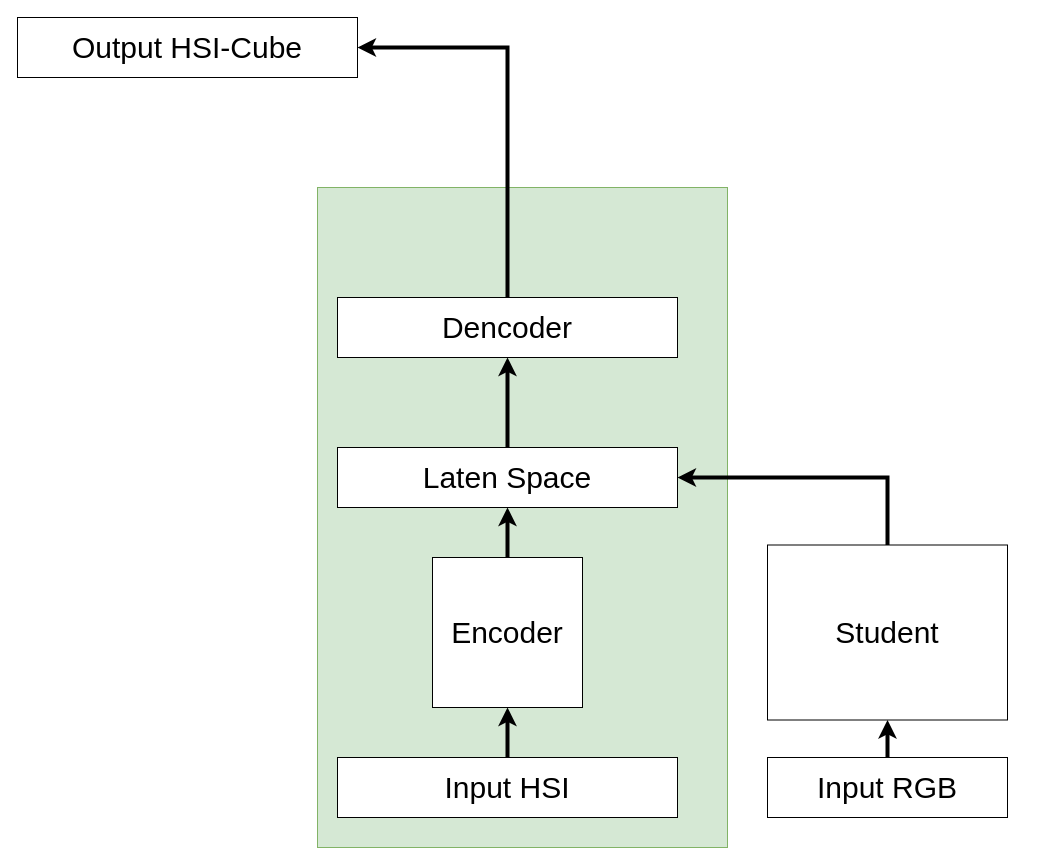
Before: LAB_TSM_v2.drawio in Kevb-source/diagramms.net, a draw.io diagram. Source tidied: cells renumbered, new cells numbered last; positions are measured from the earlier drawing's top-left corner, leaving out a move shared by most shapes. Both pictures are drawn from the tidied source at 100%, with x=0, y=0 at pixel (17, 17).
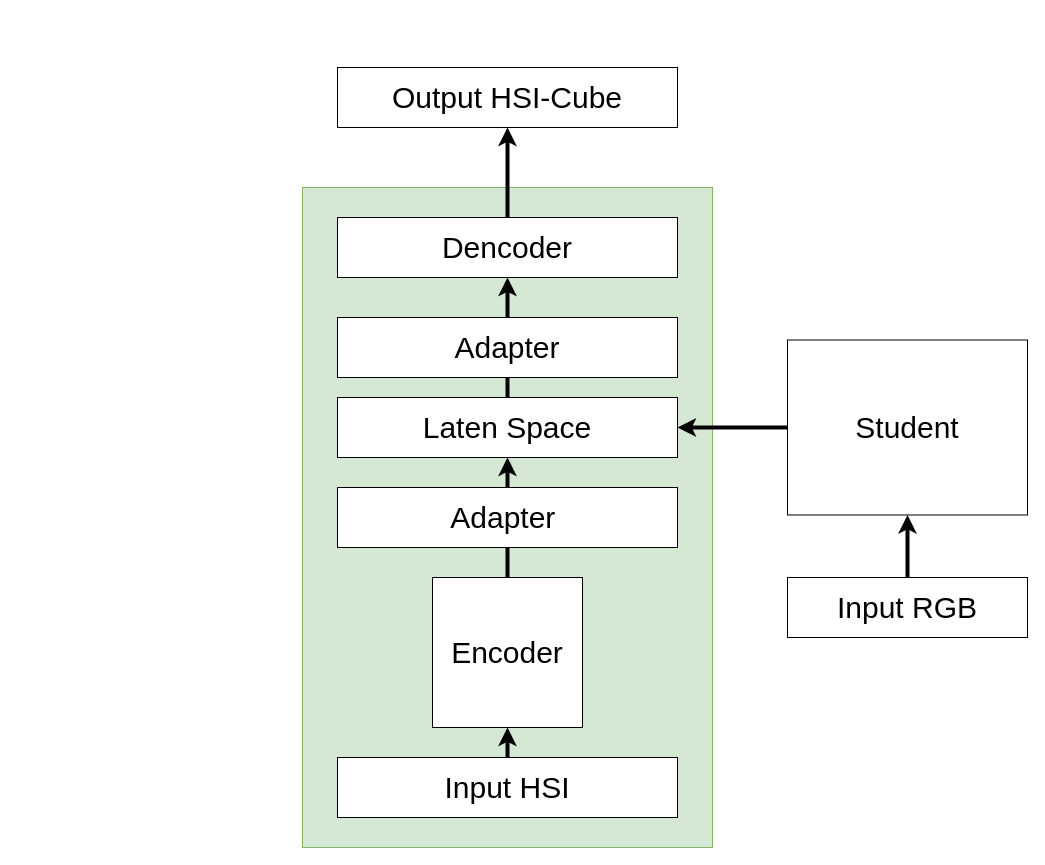
Above is the later version.

Change to the diagram source:
```diff
@@
 <mxGraphModel>
   <root>
     <mxCell id="0" />
     <mxCell id="1" parent="0" />
     <mxCell id="2" style="rounded=0;whiteSpace=wrap;html=1;fillColor=#d5e8d4;strokeColor=#82b366;" parent="1" vertex="1">
-      <mxGeometry x="300" y="170" width="410" height="660" as="geometry" />
+      <mxGeometry x="285" y="170" width="410" height="660" as="geometry" />
     </mxCell>
     <mxCell id="3" value="&lt;font style=&quot;font-size: 30px;&quot;&gt;Output HSI-Cube&lt;/font&gt;" style="rounded=0;whiteSpace=wrap;html=1;" parent="1" vertex="1">
-      <mxGeometry width="340" height="60" as="geometry" />
+      <mxGeometry x="320" y="50" width="340" height="60" as="geometry" />
     </mxCell>
     <mxCell id="4" value="&lt;font style=&quot;font-size: 30px;&quot;&gt;Laten Space&lt;/font&gt;" style="rounded=0;whiteSpace=wrap;html=1;" parent="1" vertex="1">
-      <mxGeometry x="320" y="430" width="340" height="60" as="geometry" />
+      <mxGeometry x="320" y="380" width="340" height="60" as="geometry" />
     </mxCell>
     <mxCell id="5" value="&lt;font style=&quot;font-size: 30px;&quot;&gt;Dencoder&lt;/font&gt;" style="rounded=0;whiteSpace=wrap;html=1;" parent="1" vertex="1">
-      <mxGeometry x="320" y="280" width="340" height="60" as="geometry" />
+      <mxGeometry x="320" y="200" width="340" height="60" as="geometry" />
     </mxCell>
     <mxCell id="6" value="&lt;font style=&quot;font-size: 30px;&quot;&gt;Input HSI&lt;/font&gt;" style="rounded=0;whiteSpace=wrap;html=1;" parent="1" vertex="1">
       <mxGeometry x="320" y="740" width="340" height="60" as="geometry" />
     </mxCell>
+    <mxCell id="9" style="edgeStyle=orthogonalEdgeStyle;rounded=0;jettySize=auto;html=1;strokeWidth=4;" parent="1" edge="1" source="7" target="4">
+      <mxGeometry relative="1" as="geometry" />
+    </mxCell>
     <mxCell id="7" value="&lt;font style=&quot;font-size: 30px;&quot;&gt;Student&lt;/font&gt;" style="rounded=0;whiteSpace=wrap;html=1;" parent="1" vertex="1">
-      <mxGeometry x="750" y="527.5" width="240" height="175" as="geometry" />
+      <mxGeometry x="770" y="322.5" width="240" height="175" as="geometry" />
     </mxCell>
     <mxCell id="8" value="&lt;font style=&quot;font-size: 30px;&quot;&gt;Input RGB&lt;/font&gt;" style="rounded=0;whiteSpace=wrap;html=1;" parent="1" vertex="1">
-      <mxGeometry x="750" y="740" width="240" height="60" as="geometry" />
+      <mxGeometry x="770" y="560" width="240" height="60" as="geometry" />
     </mxCell>
-    <mxCell id="9" style="endArrow=classic;html=1;rounded=0;entryX=1;entryY=0.5;entryDx=0;entryDy=0;exitX=0.5;exitY=0;exitDx=0;exitDy=0;strokeWidth=4;" parent="1" edge="1" source="7" target="4">
-      <mxGeometry relative="1" as="geometry">
-        <Array as="points">
-          <mxPoint x="870" y="460" />
-        </Array>
-      </mxGeometry>
-    </mxCell>
     <mxCell id="10" style="endArrow=classic;html=1;rounded=0;strokeWidth=4;exitX=0.5;exitY=0;exitDx=0;exitDy=0;entryX=0.5;entryY=1;entryDx=0;entryDy=0;" parent="1" edge="1" source="8" target="7">
       <mxGeometry relative="1" as="geometry" />
     </mxCell>
     <mxCell id="11" value="&lt;font style=&quot;font-size: 30px;&quot;&gt;Encoder&lt;/font&gt;" style="whiteSpace=wrap;html=1;" parent="1" vertex="1">
-      <mxGeometry x="415" y="540" width="150" height="150" as="geometry" />
+      <mxGeometry x="415" y="560" width="150" height="150" as="geometry" />
     </mxCell>
     <mxCell id="12" style="endArrow=classic;html=1;rounded=0;strokeWidth=4;exitX=0.5;exitY=0;exitDx=0;exitDy=0;entryX=0.5;entryY=1;entryDx=0;entryDy=0;" parent="1" edge="1" source="6" target="11">
       <mxGeometry relative="1" as="geometry" />
     </mxCell>
-    <mxCell id="13" style="endArrow=classic;html=1;rounded=0;exitX=0.5;exitY=0;exitDx=0;exitDy=0;entryX=1;entryY=0.5;entryDx=0;entryDy=0;strokeWidth=4;" parent="1" edge="1" source="5" target="3">
-      <mxGeometry relative="1" as="geometry">
-        <Array as="points">
-          <mxPoint x="490" y="30" />
-        </Array>
-      </mxGeometry>
-    </mxCell>
     <mxCell id="14" style="endArrow=classic;html=1;rounded=0;strokeWidth=4;exitX=0.5;exitY=0;exitDx=0;exitDy=0;entryX=0.5;entryY=1;entryDx=0;entryDy=0;" parent="1" edge="1" source="11" target="4">
       <mxGeometry relative="1" as="geometry" />
     </mxCell>
     <mxCell id="15" style="endArrow=classic;html=1;rounded=0;strokeWidth=4;exitX=0.5;exitY=0;exitDx=0;exitDy=0;entryX=0.5;entryY=1;entryDx=0;entryDy=0;" parent="1" edge="1" source="4" target="5">
       <mxGeometry relative="1" as="geometry" />
     </mxCell>
+    <mxCell id="13" style="endArrow=classic;html=1;rounded=0;strokeWidth=4;exitX=0.5;exitY=0;exitDx=0;exitDy=0;entryX=0.5;entryY=1;entryDx=0;entryDy=0;" parent="1" edge="1" source="5" target="3">
+      <mxGeometry relative="1" as="geometry" />
+    </mxCell>
+    <mxCell id="16" value="&lt;font style=&quot;font-size: 30px;&quot;&gt;Adapter&amp;nbsp;&lt;/font&gt;" style="rounded=0;whiteSpace=wrap;html=1;" parent="1" vertex="1">
+      <mxGeometry x="320" y="470" width="340" height="60" as="geometry" />
+    </mxCell>
+    <mxCell id="17" value="&lt;font style=&quot;font-size: 30px;&quot;&gt;Adapter&lt;/font&gt;" style="rounded=0;whiteSpace=wrap;html=1;" parent="1" vertex="1">
+      <mxGeometry x="320" y="300" width="340" height="60" as="geometry" />
+    </mxCell>
   </root>
 </mxGraphModel>
```
